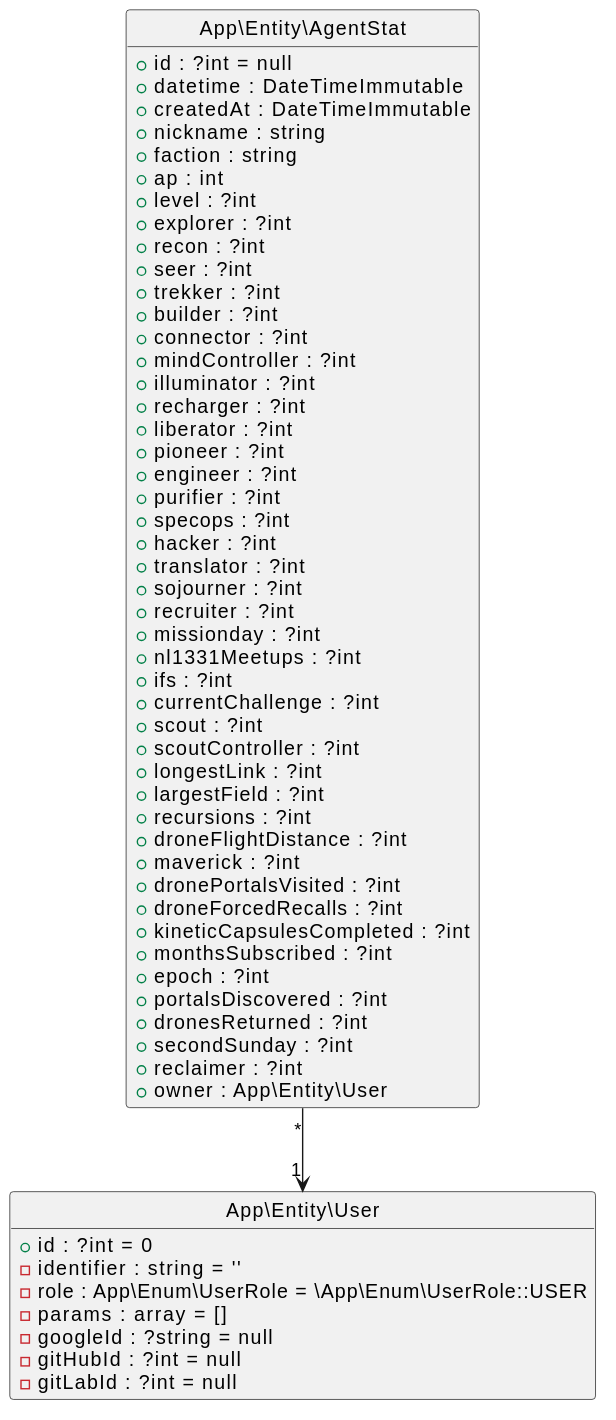
This is upload-page/assets/docs/database.svg from elkuku/AgentTools, a PlantUML export, as it was before one commit.
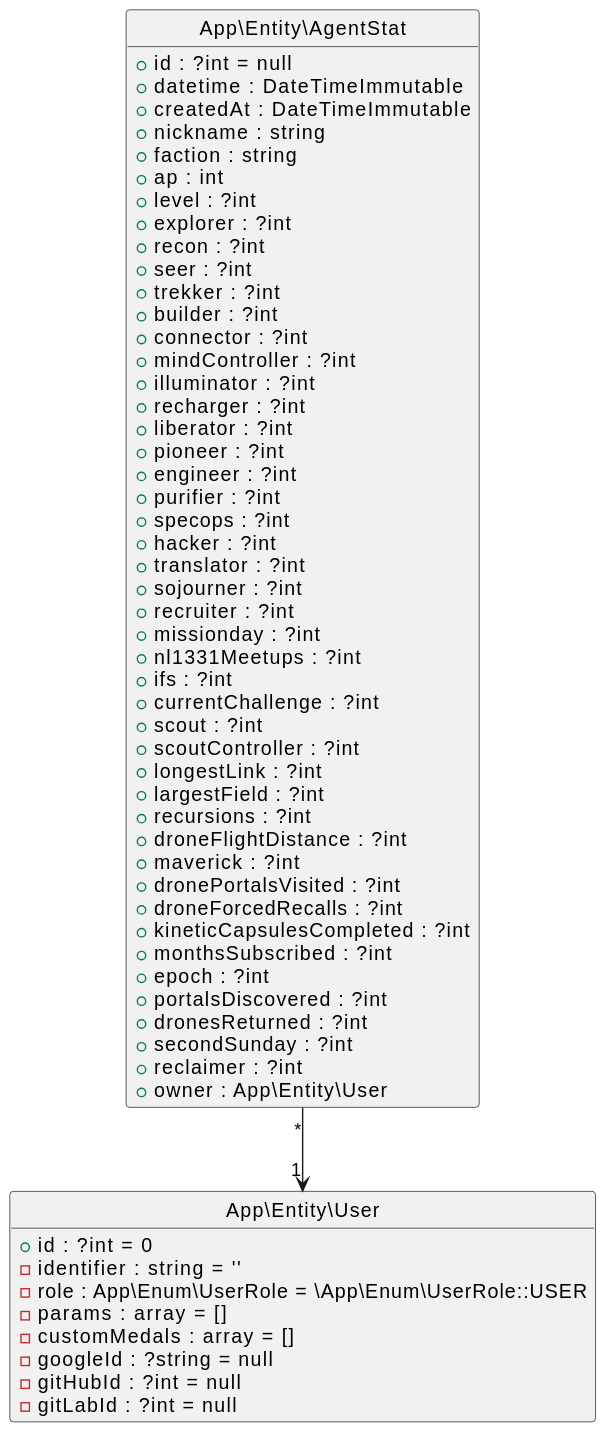
Later version of the same file.

Commit message:
Store custom medals per user in upload-page

Diff of the diagram source:
```diff
@@ -6,6 +6,16 @@
 hide circle
 hide empty members
 !theme _none_
+class App\Entity\User {
++ id : ?int = 0
+- identifier : string = ''
+- role : App\Enum\UserRole = \App\Enum\UserRole::USER
+- params : array = []
+- customMedals : array = []
+- googleId : ?string = null
+- gitHubId : ?int = null
+- gitLabId : ?int = null
+}
 class App\Entity\AgentStat {
 + id : ?int = null
 + datetime : DateTimeImmutable
@@ -54,14 +64,5 @@
 + reclaimer : ?int
 + owner : App\Entity\User
 }
-class App\Entity\User {
-+ id : ?int = 0
-- identifier : string = ''
-- role : App\Enum\UserRole = \App\Enum\UserRole::USER
-- params : array = []
-- googleId : ?string = null
-- gitHubId : ?int = null
-- gitLabId : ?int = null
-}
 App\Entity\AgentStat "*" --> "1" App\Entity\User
 @enduml
```
